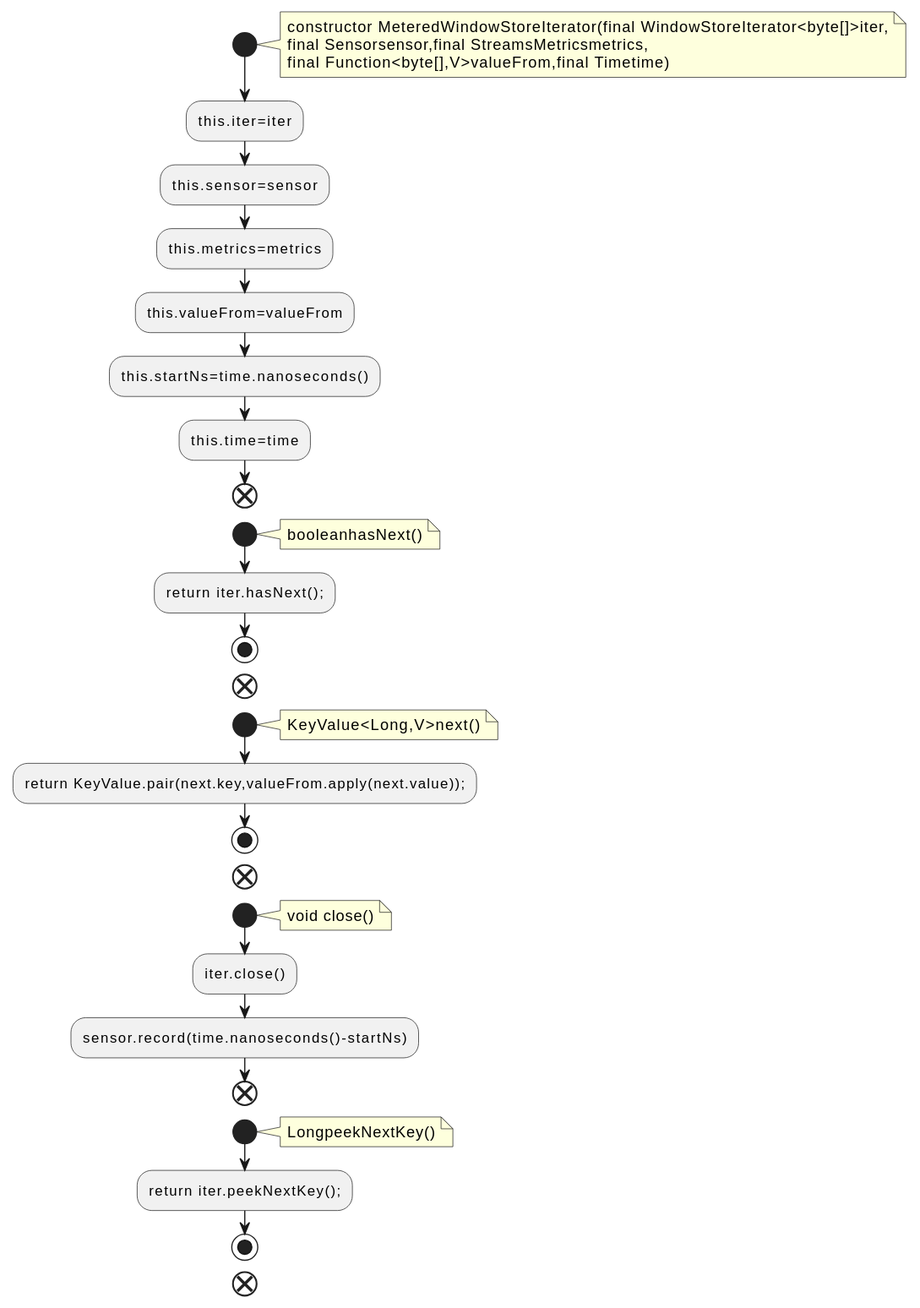
qualitesys/kafka keeps this PlantUML diagram as docs/qc/streams/src/main/java/org/apache/kafka/streams/state/internals/MeteredWindowStoreIterator.java.fct.svg. Above is the earlier version.
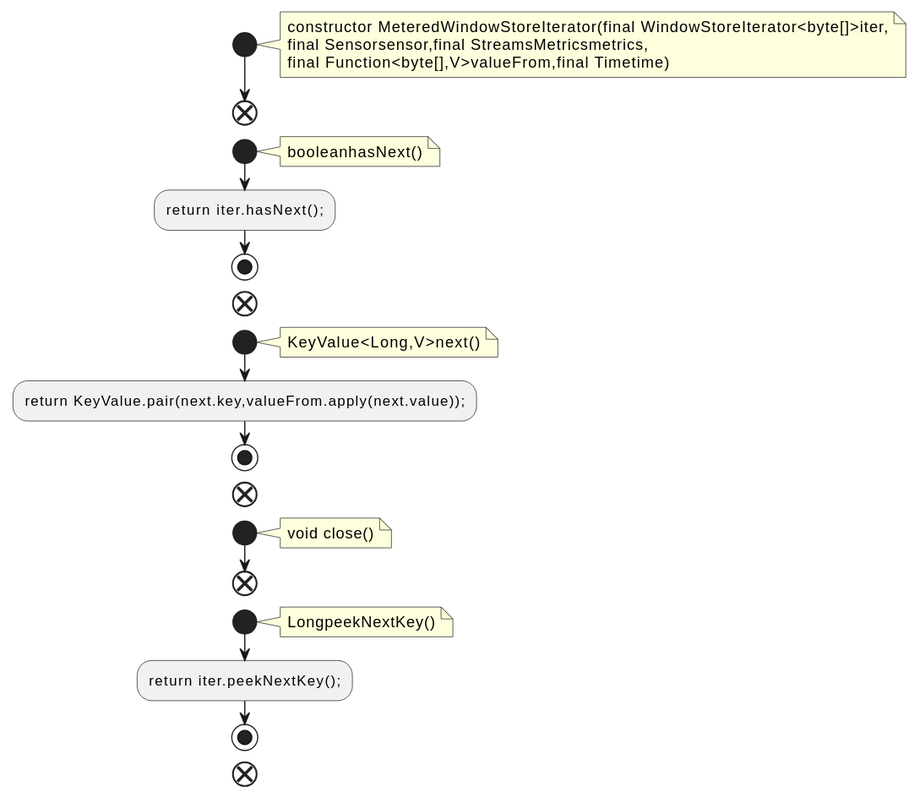
The same diagram one commit later.

What changed in the source:
```diff
@@ -6,12 +6,6 @@
 final Sensorsensor,final StreamsMetricsmetrics,
 final Function<byte[],V>valueFrom,final Timetime)
 end note
-:this.iter=iter;
-:this.sensor=sensor;
-:this.metrics=metrics;
-:this.valueFrom=valueFrom;
-:this.startNs=time.nanoseconds();
-:this.time=time;
 end
 start
 note right
@@ -31,8 +25,6 @@
 note right
 void close()
 end note
-:iter.close();
-:sensor.record(time.nanoseconds()-startNs);
 end
 start
 note right
```
